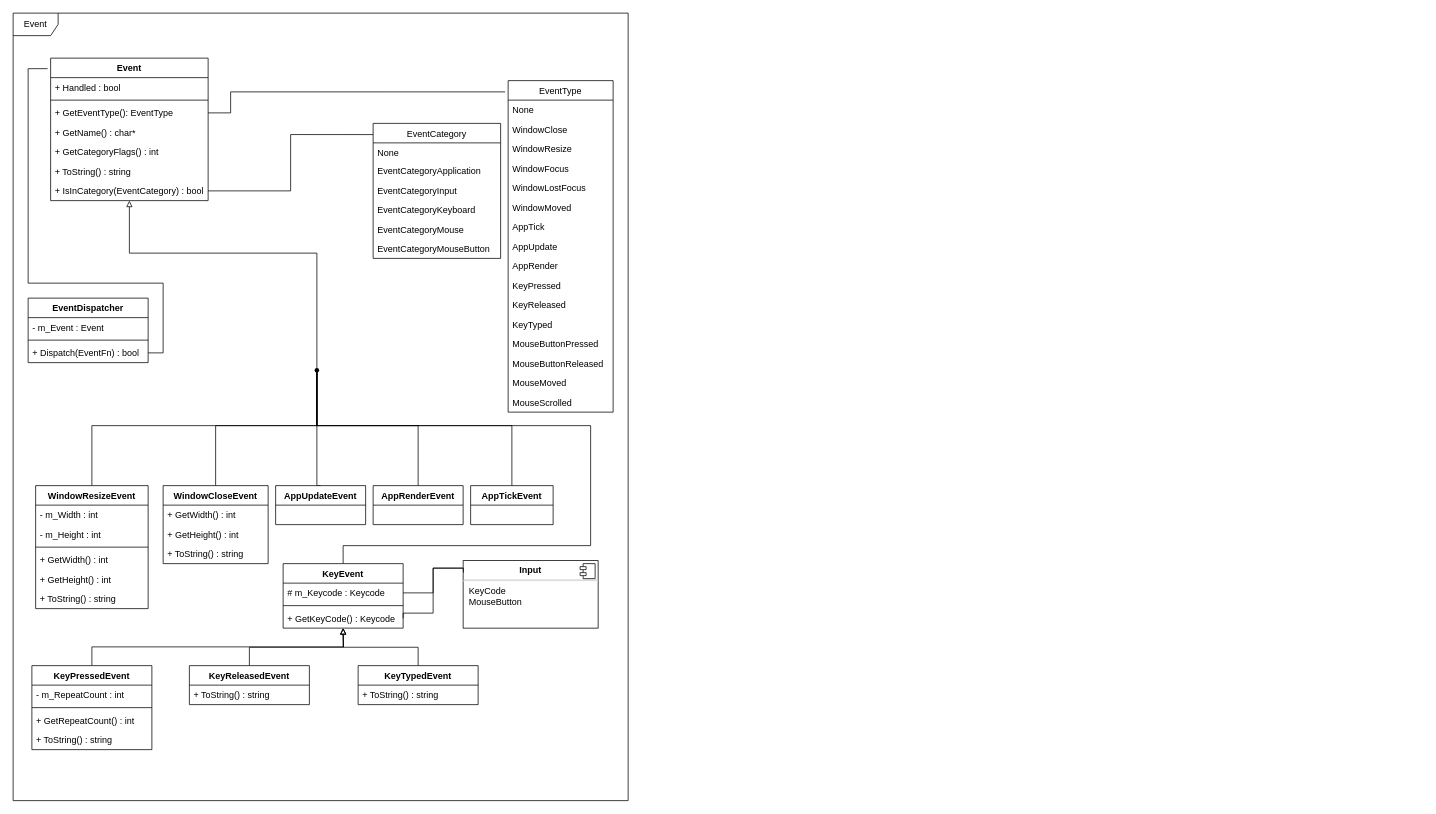
Earlier version of the draw.io diagram page "Event" (5 of 8) of UMLDiagram.drawio (hazN/ECS_Engine). Source tidied: cells renumbered, new cells numbered last; positions are measured from the earlier drawing's top-left corner, leaving out a move shared by most shapes. Both pictures are drawn from the tidied source at 75%, with x=0, y=0 at pixel (13, 13).
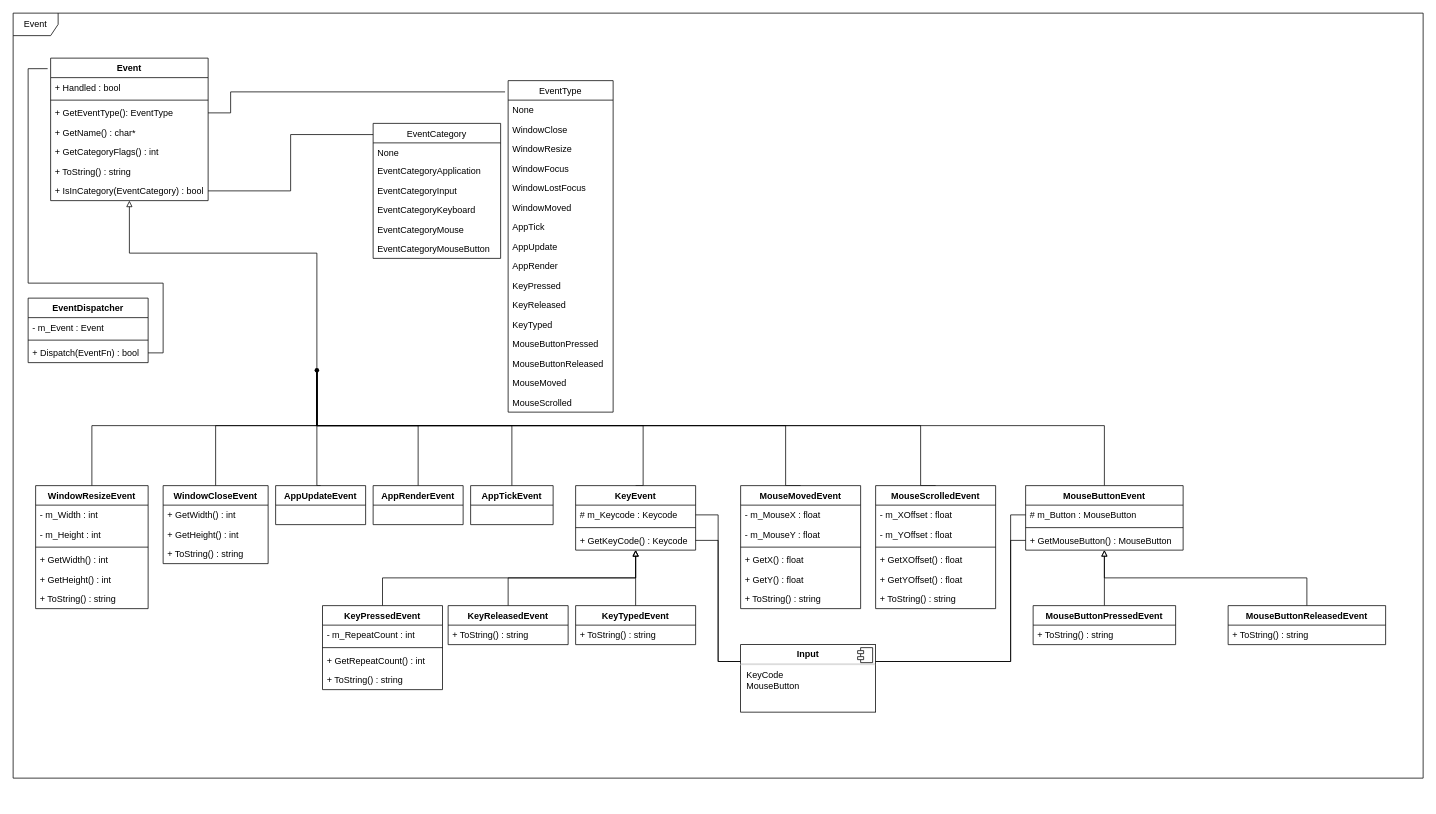
Above is the later version.

Commit message:
Update UMLDiagram : mouse event

The change refers to these unchanged cells:
```xml
<mxCell id="62" style="shape=waypoint;sketch=0;fillStyle=solid;size=6;points=[];fillColor=none;perimeter=centerPerimeter;snapToPoint=1;" parent="1" vertex="1">
  <mxGeometry x="395" y="466" width="20" height="20" as="geometry" />
</mxCell>
<mxCell id="65" value="# m_Keycode : Keycode" style="text;strokeColor=none;fillColor=none;align=left;verticalAlign=top;spacingLeft=4;spacingRight=4;overflow=hidden;points=[[0,0.5],[1,0.5]];portConstraint=eastwest;" parent="64" vertex="1">
  <mxGeometry y="26" width="160" height="26" as="geometry" />
</mxCell>
<mxCell id="68" value="+ GetKeyCode() : Keycode" style="text;strokeColor=none;fillColor=none;align=left;verticalAlign=top;spacingLeft=4;spacingRight=4;overflow=hidden;points=[[0,0.5],[1,0.5]];portConstraint=eastwest;" parent="64" vertex="1">
  <mxGeometry y="60" width="160" height="26" as="geometry" />
</mxCell>
```

What changed in the source:
```diff
@@
     <mxCell id="2" value="Event" style="shape=umlFrame;whiteSpace=wrap;html=1;" parent="1" vertex="1">
-      <mxGeometry width="820" height="1050" as="geometry" />
+      <mxGeometry width="1880" height="1020" as="geometry" />
     </mxCell>
@@
     <mxCell id="63" style="edgeStyle=orthogonalEdgeStyle;rounded=0;jettySize=auto;html=1;exitX=0.5;exitY=0;exitDx=0;exitDy=0;entryX=1.1;entryY=0.7;entryDx=0;entryDy=0;entryPerimeter=0;endArrow=none;endFill=0;" parent="1" edge="1" source="64" target="62">
       <mxGeometry relative="1" as="geometry">
         <Array as="points">
-          <mxPoint x="440" y="710" />
-          <mxPoint x="770" y="710" />
-          <mxPoint x="770" y="550" />
+          <mxPoint x="840" y="550" />
           <mxPoint x="405" y="550" />
         </Array>
       </mxGeometry>
     </mxCell>
     <mxCell id="64" value="KeyEvent" style="swimlane;fontStyle=1;align=center;verticalAlign=top;horizontal=1;startSize=26;" parent="1" vertex="1">
-      <mxGeometry x="360" y="734" width="160" height="86" as="geometry" />
+      <mxGeometry x="750" y="630" width="160" height="86" as="geometry" />
     </mxCell>
@@
-    <mxCell id="67" style="edgeStyle=orthogonalEdgeStyle;rounded=0;jettySize=auto;html=1;exitX=1;exitY=0.5;exitDx=0;exitDy=0;endArrow=none;endFill=0;" parent="64" edge="1" source="68">
-      <mxGeometry relative="1" as="geometry">
-        <mxPoint x="240" y="6" as="targetPoint" />
-        <Array as="points">
-          <mxPoint x="160" y="66" />
-          <mxPoint x="200" y="66" />
-          <mxPoint x="200" y="6" />
-        </Array>
-      </mxGeometry>
-    </mxCell>
@@
     <mxCell id="69" value="&lt;p style=&quot;margin:0px;margin-top:6px;text-align:center;&quot;&gt;&lt;b&gt;Input&lt;/b&gt;&lt;/p&gt;&lt;hr&gt;&lt;p style=&quot;margin:0px;margin-left:8px;&quot;&gt;KeyCode&lt;/p&gt;&lt;p style=&quot;margin:0px;margin-left:8px;&quot;&gt;MouseButton&lt;/p&gt;" style="align=left;overflow=fill;html=1;" parent="1" vertex="1">
-      <mxGeometry x="600" y="730" width="180" height="90" as="geometry" />
+      <mxGeometry x="970" y="842" width="180" height="90" as="geometry" />
     </mxCell>
@@
-    <mxCell id="71" style="edgeStyle=orthogonalEdgeStyle;rounded=0;jettySize=auto;html=1;exitX=1;exitY=0.5;exitDx=0;exitDy=0;entryX=0.002;entryY=0.178;entryDx=0;entryDy=0;entryPerimeter=0;endArrow=none;endFill=0;" parent="1" edge="1" source="65" target="69">
-      <mxGeometry relative="1" as="geometry">
-        <Array as="points">
-          <mxPoint x="560" y="773" />
-          <mxPoint x="560" y="740" />
-          <mxPoint x="600" y="740" />
-        </Array>
-      </mxGeometry>
-    </mxCell>
@@
     <mxCell id="73" value="KeyPressedEvent" style="swimlane;fontStyle=1;align=center;verticalAlign=top;horizontal=1;startSize=26;" parent="1" vertex="1">
-      <mxGeometry x="25" y="870" width="160" height="112" as="geometry" />
+      <mxGeometry x="412.5" y="790" width="160" height="112" as="geometry" />
     </mxCell>
@@
-    <mxCell id="78" style="edgeStyle=orthogonalEdgeStyle;rounded=0;jettySize=auto;html=1;exitX=0.5;exitY=0;exitDx=0;exitDy=0;endArrow=block;endFill=0;" parent="1" edge="1" source="79">
-      <mxGeometry relative="1" as="geometry">
-        <mxPoint x="440" y="820" as="targetPoint" />
-      </mxGeometry>
-    </mxCell>
+    <mxCell id="84" style="edgeStyle=orthogonalEdgeStyle;rounded=0;jettySize=auto;html=1;exitX=0.5;exitY=0;exitDx=0;exitDy=0;endArrow=block;endFill=0;" parent="1" edge="1" source="79" target="64">
+      <mxGeometry relative="1" as="geometry" />
+    </mxCell>
     <mxCell id="79" value="KeyReleasedEvent" style="swimlane;fontStyle=1;align=center;verticalAlign=top;horizontal=1;startSize=26;" parent="1" vertex="1">
-      <mxGeometry x="235" y="870" width="160" height="52" as="geometry" />
+      <mxGeometry x="580" y="790" width="160" height="52" as="geometry" />
     </mxCell>
@@
-    <mxCell id="81" style="edgeStyle=orthogonalEdgeStyle;rounded=0;jettySize=auto;html=1;exitX=0.5;exitY=0;exitDx=0;exitDy=0;endArrow=block;endFill=0;" parent="1" edge="1" source="82">
-      <mxGeometry relative="1" as="geometry">
-        <mxPoint x="440" y="820" as="targetPoint" />
-      </mxGeometry>
-    </mxCell>
+    <mxCell id="85" style="edgeStyle=orthogonalEdgeStyle;rounded=0;jettySize=auto;html=1;exitX=0.5;exitY=0;exitDx=0;exitDy=0;endArrow=block;endFill=0;" parent="1" edge="1" source="82" target="64">
+      <mxGeometry relative="1" as="geometry" />
+    </mxCell>
     <mxCell id="82" value="KeyTypedEvent" style="swimlane;fontStyle=1;align=center;verticalAlign=top;horizontal=1;startSize=26;" parent="1" vertex="1">
-      <mxGeometry x="460" y="870" width="160" height="52" as="geometry" />
+      <mxGeometry x="750" y="790" width="160" height="52" as="geometry" />
     </mxCell>
@@
+    <mxCell id="86" style="edgeStyle=orthogonalEdgeStyle;rounded=0;jettySize=auto;html=1;exitX=0.5;exitY=0;exitDx=0;exitDy=0;entryX=0.7;entryY=0.75;entryDx=0;entryDy=0;entryPerimeter=0;endArrow=none;endFill=0;" parent="1" edge="1" source="87" target="62">
+      <mxGeometry relative="1" as="geometry">
+        <Array as="points">
+          <mxPoint x="1030" y="550" />
+          <mxPoint x="405" y="550" />
+        </Array>
+      </mxGeometry>
+    </mxCell>
+    <mxCell id="87" value="MouseMovedEvent" style="swimlane;fontStyle=1;align=center;verticalAlign=top;horizontal=1;startSize=26;" parent="1" vertex="1">
+      <mxGeometry x="970" y="630" width="160" height="164" as="geometry" />
+    </mxCell>
+    <mxCell id="88" value="- m_MouseX : float" style="text;strokeColor=none;fillColor=none;align=left;verticalAlign=top;spacingLeft=4;spacingRight=4;overflow=hidden;" parent="87" vertex="1">
+      <mxGeometry y="26" width="160" height="26" as="geometry" />
+    </mxCell>
+    <mxCell id="89" value="- m_MouseY : float" style="text;strokeColor=none;fillColor=none;align=left;verticalAlign=top;spacingLeft=4;spacingRight=4;overflow=hidden;" parent="87" vertex="1">
+      <mxGeometry y="52" width="160" height="26" as="geometry" />
+    </mxCell>
+    <mxCell id="90" style="line;strokeWidth=1;fillColor=none;align=left;verticalAlign=middle;spacingTop=-1;spacingLeft=3;spacingRight=3;labelPosition=right;strokeColor=inherit;" parent="87" vertex="1">
+      <mxGeometry y="78" width="160" height="8" as="geometry" />
+    </mxCell>
+    <mxCell id="91" value="+ GetX() : float" style="text;strokeColor=none;fillColor=none;align=left;verticalAlign=top;spacingLeft=4;spacingRight=4;overflow=hidden;" parent="87" vertex="1">
+      <mxGeometry y="86" width="160" height="26" as="geometry" />
+    </mxCell>
+    <mxCell id="92" value="+ GetY() : float" style="text;strokeColor=none;fillColor=none;align=left;verticalAlign=top;spacingLeft=4;spacingRight=4;overflow=hidden;" parent="87" vertex="1">
+      <mxGeometry y="112" width="160" height="26" as="geometry" />
+    </mxCell>
+    <mxCell id="93" value="+ ToString() : string" style="text;strokeColor=none;fillColor=none;align=left;verticalAlign=top;spacingLeft=4;spacingRight=4;overflow=hidden;" parent="87" vertex="1">
+      <mxGeometry y="138" width="160" height="26" as="geometry" />
+    </mxCell>
+    <mxCell id="94" style="edgeStyle=orthogonalEdgeStyle;rounded=0;jettySize=auto;html=1;exitX=0.5;exitY=0;exitDx=0;exitDy=0;entryX=0.55;entryY=0;entryDx=0;entryDy=0;entryPerimeter=0;endArrow=none;endFill=0;" parent="1" edge="1" source="95" target="62">
+      <mxGeometry relative="1" as="geometry">
+        <Array as="points">
+          <mxPoint x="1210" y="550" />
+          <mxPoint x="405" y="550" />
+        </Array>
+      </mxGeometry>
+    </mxCell>
+    <mxCell id="95" value="MouseScrolledEvent" style="swimlane;fontStyle=1;align=center;verticalAlign=top;horizontal=1;startSize=26;" parent="1" vertex="1">
+      <mxGeometry x="1150" y="630" width="160" height="164" as="geometry" />
+    </mxCell>
+    <mxCell id="96" value="- m_XOffset : float" style="text;strokeColor=none;fillColor=none;align=left;verticalAlign=top;spacingLeft=4;spacingRight=4;overflow=hidden;" parent="95" vertex="1">
+      <mxGeometry y="26" width="160" height="26" as="geometry" />
+    </mxCell>
+    <mxCell id="97" value="- m_YOffset : float" style="text;strokeColor=none;fillColor=none;align=left;verticalAlign=top;spacingLeft=4;spacingRight=4;overflow=hidden;" parent="95" vertex="1">
+      <mxGeometry y="52" width="160" height="26" as="geometry" />
+    </mxCell>
+    <mxCell id="98" style="line;strokeWidth=1;fillColor=none;align=left;verticalAlign=middle;spacingTop=-1;spacingLeft=3;spacingRight=3;labelPosition=right;strokeColor=inherit;" parent="95" vertex="1">
+      <mxGeometry y="78" width="160" height="8" as="geometry" />
+    </mxCell>
+    <mxCell id="99" value="+ GetXOffset() : float" style="text;strokeColor=none;fillColor=none;align=left;verticalAlign=top;spacingLeft=4;spacingRight=4;overflow=hidden;" parent="95" vertex="1">
+      <mxGeometry y="86" width="160" height="26" as="geometry" />
+    </mxCell>
+    <mxCell id="100" value="+ GetYOffset() : float" style="text;strokeColor=none;fillColor=none;align=left;verticalAlign=top;spacingLeft=4;spacingRight=4;overflow=hidden;" parent="95" vertex="1">
+      <mxGeometry y="112" width="160" height="26" as="geometry" />
+    </mxCell>
+    <mxCell id="101" value="+ ToString() : string" style="text;strokeColor=none;fillColor=none;align=left;verticalAlign=top;spacingLeft=4;spacingRight=4;overflow=hidden;" parent="95" vertex="1">
+      <mxGeometry y="138" width="160" height="26" as="geometry" />
+    </mxCell>
+    <mxCell id="102" style="edgeStyle=orthogonalEdgeStyle;rounded=0;jettySize=auto;html=1;exitX=0.5;exitY=0;exitDx=0;exitDy=0;entryX=0.3;entryY=0.4;entryDx=0;entryDy=0;entryPerimeter=0;endArrow=none;endFill=0;" parent="1" edge="1" source="103" target="62">
+      <mxGeometry relative="1" as="geometry">
+        <Array as="points">
+          <mxPoint x="1455" y="550" />
+          <mxPoint x="405" y="550" />
+        </Array>
+      </mxGeometry>
+    </mxCell>
+    <mxCell id="103" value="MouseButtonEvent" style="swimlane;fontStyle=1;align=center;verticalAlign=top;horizontal=1;startSize=26;" parent="1" vertex="1">
+      <mxGeometry x="1350" y="630" width="210" height="86" as="geometry" />
+    </mxCell>
+    <mxCell id="104" value="# m_Button : MouseButton" style="text;strokeColor=none;fillColor=none;align=left;verticalAlign=top;spacingLeft=4;spacingRight=4;overflow=hidden;points=[[0,0.5],[1,0.5]];portConstraint=eastwest;" parent="103" vertex="1">
+      <mxGeometry y="26" width="210" height="26" as="geometry" />
+    </mxCell>
+    <mxCell id="105" style="line;strokeWidth=1;fillColor=none;align=left;verticalAlign=middle;spacingTop=-1;spacingLeft=3;spacingRight=3;labelPosition=right;strokeColor=inherit;" parent="103" vertex="1">
+      <mxGeometry y="52" width="210" height="8" as="geometry" />
+    </mxCell>
+    <mxCell id="106" value="+ GetMouseButton() : MouseButton" style="text;strokeColor=none;fillColor=none;align=left;verticalAlign=top;spacingLeft=4;spacingRight=4;overflow=hidden;points=[[0,0.5],[1,0.5]];portConstraint=eastwest;" parent="103" vertex="1">
+      <mxGeometry y="60" width="210" height="26" as="geometry" />
+    </mxCell>
+    <mxCell id="71" style="edgeStyle=orthogonalEdgeStyle;rounded=0;jettySize=auto;html=1;exitX=1;exitY=0.5;exitDx=0;exitDy=0;entryX=0;entryY=0.25;entryDx=0;entryDy=0;endArrow=none;endFill=0;" parent="1" edge="1" source="65" target="69">
+      <mxGeometry relative="1" as="geometry" />
+    </mxCell>
+    <mxCell id="107" style="edgeStyle=orthogonalEdgeStyle;rounded=0;jettySize=auto;html=1;exitX=1;exitY=0.5;exitDx=0;exitDy=0;entryX=0;entryY=0.25;entryDx=0;entryDy=0;endArrow=none;endFill=0;" parent="1" edge="1" source="68" target="69">
+      <mxGeometry relative="1" as="geometry" />
+    </mxCell>
+    <mxCell id="108" style="edgeStyle=orthogonalEdgeStyle;rounded=0;jettySize=auto;html=1;exitX=0;exitY=0.5;exitDx=0;exitDy=0;entryX=1;entryY=0.25;entryDx=0;entryDy=0;endArrow=none;endFill=0;" parent="1" edge="1" source="104" target="69">
+      <mxGeometry relative="1" as="geometry">
+        <Array as="points">
+          <mxPoint x="1330" y="669" />
+          <mxPoint x="1330" y="865" />
+        </Array>
+      </mxGeometry>
+    </mxCell>
+    <mxCell id="109" style="edgeStyle=orthogonalEdgeStyle;rounded=0;jettySize=auto;html=1;exitX=0;exitY=0.5;exitDx=0;exitDy=0;entryX=1;entryY=0.25;entryDx=0;entryDy=0;endArrow=none;endFill=0;" parent="1" edge="1" source="106" target="69">
+      <mxGeometry relative="1" as="geometry">
+        <Array as="points">
+          <mxPoint x="1330" y="703" />
+          <mxPoint x="1330" y="865" />
+        </Array>
+      </mxGeometry>
+    </mxCell>
+    <mxCell id="110" style="edgeStyle=orthogonalEdgeStyle;rounded=0;jettySize=auto;html=1;exitX=0.5;exitY=0;exitDx=0;exitDy=0;endArrow=block;endFill=0;" parent="1" edge="1" source="111" target="103">
+      <mxGeometry relative="1" as="geometry" />
+    </mxCell>
+    <mxCell id="111" value="MouseButtonPressedEvent" style="swimlane;fontStyle=1;align=center;verticalAlign=top;horizontal=1;startSize=26;" parent="1" vertex="1">
+      <mxGeometry x="1360" y="790" width="190" height="52" as="geometry" />
+    </mxCell>
+    <mxCell id="112" value="+ ToString() : string" style="text;strokeColor=none;fillColor=none;align=left;verticalAlign=top;spacingLeft=4;spacingRight=4;overflow=hidden;" parent="111" vertex="1">
+      <mxGeometry y="26" width="190" height="26" as="geometry" />
+    </mxCell>
+    <mxCell id="113" style="edgeStyle=orthogonalEdgeStyle;rounded=0;jettySize=auto;html=1;exitX=0.5;exitY=0;exitDx=0;exitDy=0;endArrow=block;endFill=0;" parent="1" edge="1" source="114" target="103">
+      <mxGeometry relative="1" as="geometry" />
+    </mxCell>
+    <mxCell id="114" value="MouseButtonReleasedEvent" style="swimlane;fontStyle=1;align=center;verticalAlign=top;horizontal=1;startSize=26;" parent="1" vertex="1">
+      <mxGeometry x="1620" y="790" width="210" height="52" as="geometry" />
+    </mxCell>
+    <mxCell id="115" value="+ ToString() : string" style="text;strokeColor=none;fillColor=none;align=left;verticalAlign=top;spacingLeft=4;spacingRight=4;overflow=hidden;" parent="114" vertex="1">
+      <mxGeometry y="26" width="210" height="26" as="geometry" />
+    </mxCell>
```
